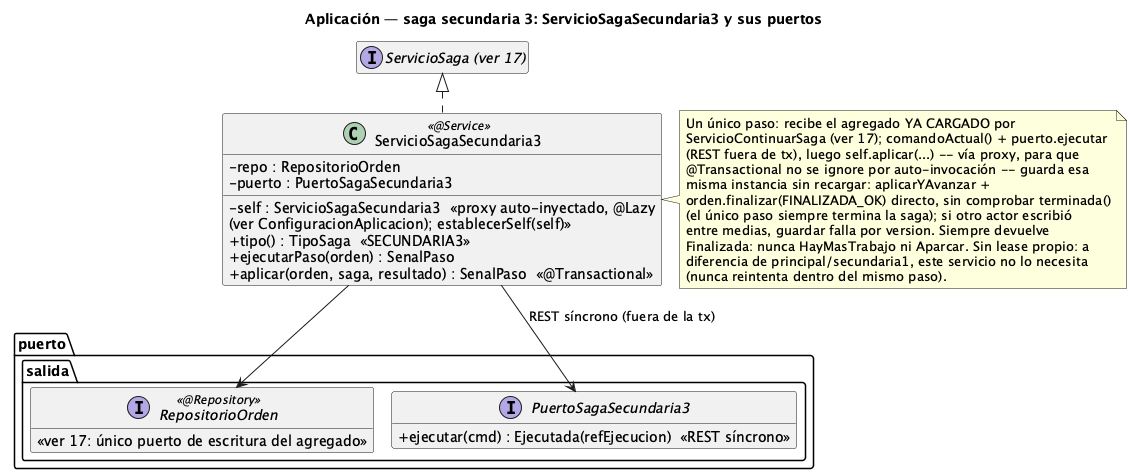
ralcazar/patrones keeps this PlantUML diagram as order-manager/docs/21-clases-aplicacion-saga-secundaria3.png. Above is the earlier version.
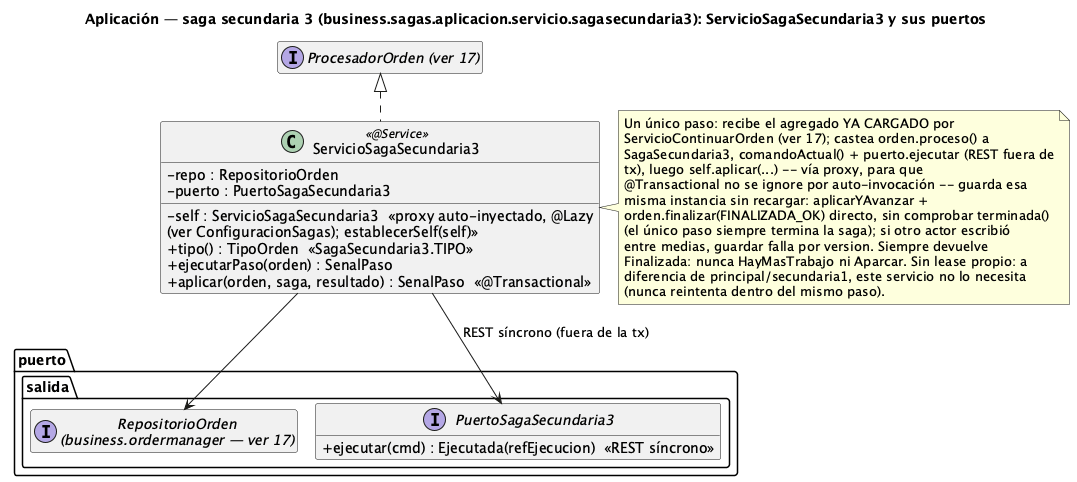
Later version of the same file.

What changed in the source:
```diff
@@ -1,24 +1,24 @@
 @startuml 21-clases-aplicacion-saga-secundaria3
-!pragma layout smetana
-title Aplicación — saga secundaria 3: ServicioSagaSecundaria3 y sus puertos
+title Aplicación — saga secundaria 3 (business.sagas.aplicacion.servicio.sagasecundaria3): ServicioSagaSecundaria3 y sus puertos
 !pragma layout smetana
 hide empty members
 skinparam classAttributeIconSize 0
 
-interface "ServicioSaga (ver 17)" as Base
+interface "ProcesadorOrden (ver 17)" as Base
 
 class ServicioSagaSecundaria3 <<@Service>> {
   -repo : RepositorioOrden
   -puerto : PuertoSagaSecundaria3
-  -self : ServicioSagaSecundaria3  «proxy auto-inyectado, @Lazy\n(ver ConfiguracionAplicacion); establecerSelf(self)»
-  +tipo() : TipoSaga  «SECUNDARIA3»
+  -self : ServicioSagaSecundaria3  «proxy auto-inyectado, @Lazy\n(ver ConfiguracionSagas); establecerSelf(self)»
+  +tipo() : TipoOrden  «SagaSecundaria3.TIPO»
   +ejecutarPaso(orden) : SenalPaso
   +aplicar(orden, saga, resultado) : SenalPaso  «@Transactional»
 }
 note right of ServicioSagaSecundaria3
   Un único paso: recibe el agregado YA CARGADO por
-  ServicioContinuarSaga (ver 17); comandoActual() + puerto.ejecutar
-  (REST fuera de tx), luego self.aplicar(...) -- vía proxy, para que
+  ServicioContinuarOrden (ver 17); castea orden.proceso() a
+  SagaSecundaria3, comandoActual() + puerto.ejecutar (REST fuera de
+  tx), luego self.aplicar(...) -- vía proxy, para que
   @Transactional no se ignore por auto-invocación -- guarda esa
   misma instancia sin recargar: aplicarYAvanzar +
   orden.finalizar(FINALIZADA_OK) directo, sin comprobar terminada()
@@ -30,9 +30,7 @@
 end note
 
 package "puerto.salida" {
-  interface RepositorioOrden <<@Repository>> {
-    «ver 17: único puerto de escritura del agregado»
-  }
+  interface "RepositorioOrden\n(business.ordermanager — ver 17)" as RepositorioOrden
   interface PuertoSagaSecundaria3 {
     +ejecutar(cmd) : Ejecutada(refEjecucion)  «REST síncrono»
   }
```
